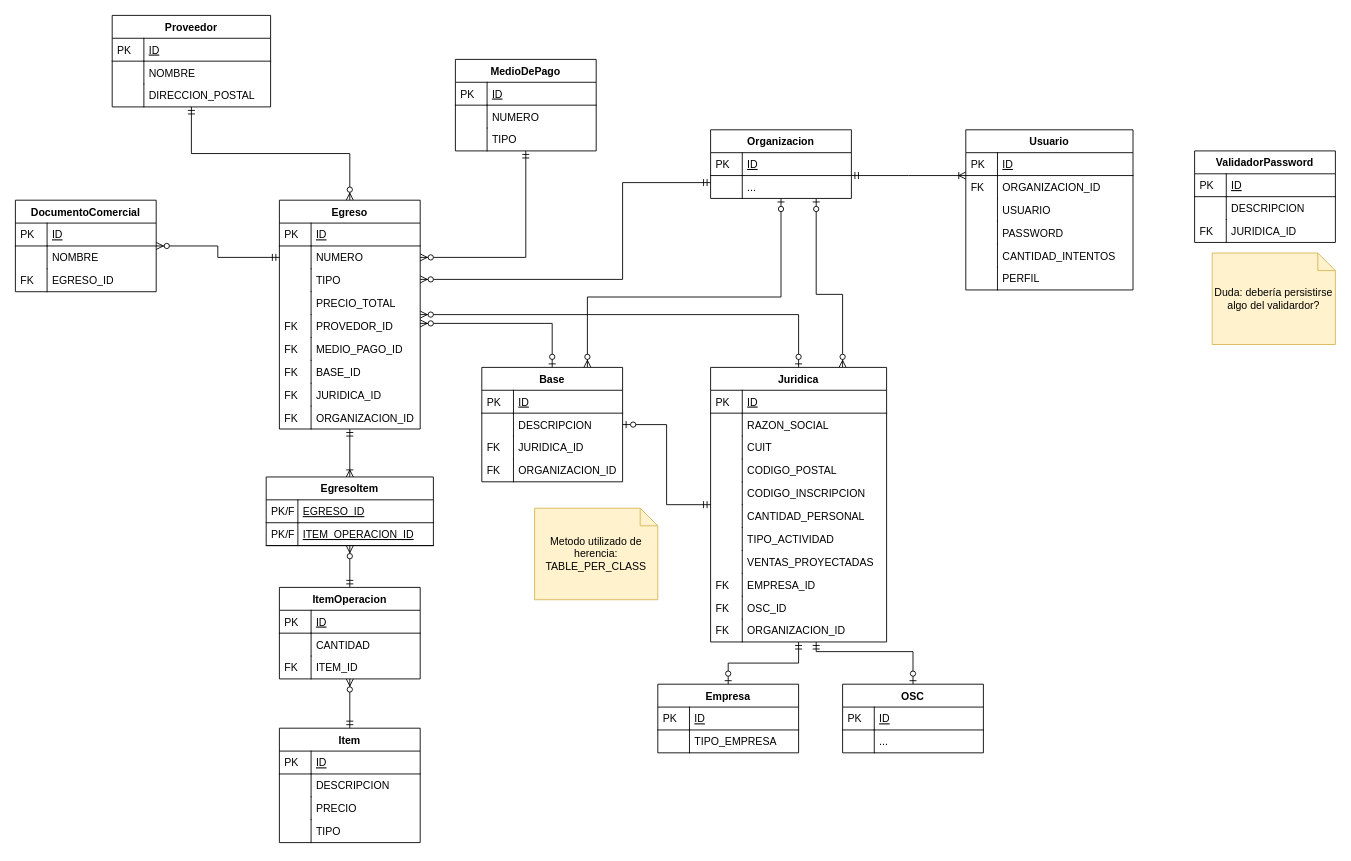
The draw.io diagram DER.drawio in caromuscari/DDS2020-Aprobado, before the edit. Source tidied: cells renumbered, new cells numbered last; positions are measured from the earlier drawing's top-left corner, leaving out a move shared by most shapes. Both pictures are drawn from the tidied source at 88%, with x=0, y=0 at pixel (15, 15).
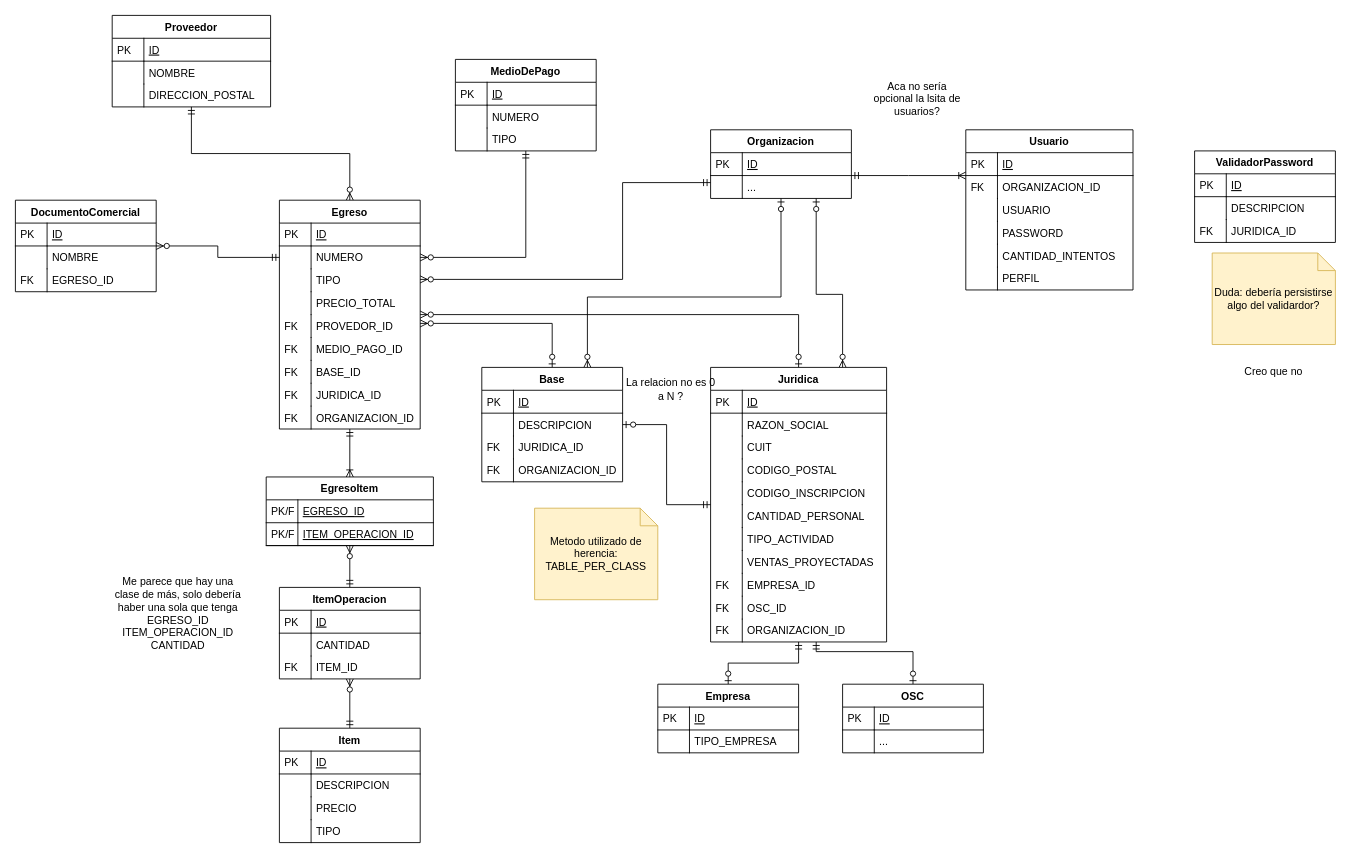
The same diagram, later.

Commit message:
Se agregan comentarios al DER

Change to the diagram source:
```diff
@@
+    <mxCell id="147" value="Me parece que hay una clase de más, solo debería haber una sola que tenga EGRESO_ID&lt;br&gt;ITEM_OPERACION_ID&lt;br&gt;CANTIDAD" style="text;html=1;strokeColor=none;fillColor=none;align=center;verticalAlign=middle;whiteSpace=wrap;rounded=0;" parent="1" vertex="1">
+      <mxGeometry x="110" y="630" width="150" height="100" as="geometry" />
+    </mxCell>
+    <mxCell id="148" value="La relacion no es 0 a N ?" style="text;html=1;strokeColor=none;fillColor=none;align=center;verticalAlign=middle;whiteSpace=wrap;rounded=0;" parent="1" vertex="1">
+      <mxGeometry x="690" y="390" width="110" height="70" as="geometry" />
+    </mxCell>
+    <mxCell id="149" value="Creo que no" style="text;html=1;strokeColor=none;fillColor=none;align=center;verticalAlign=middle;whiteSpace=wrap;rounded=0;" parent="1" vertex="1">
+      <mxGeometry x="1375" y="370" width="110" height="70" as="geometry" />
+    </mxCell>
+    <mxCell id="150" value="Aca no sería opcional la lsita de usuarios?" style="text;html=1;strokeColor=none;fillColor=none;align=center;verticalAlign=middle;whiteSpace=wrap;rounded=0;" parent="1" vertex="1">
+      <mxGeometry x="970" y="60" width="110" height="70" as="geometry" />
+    </mxCell>
```
